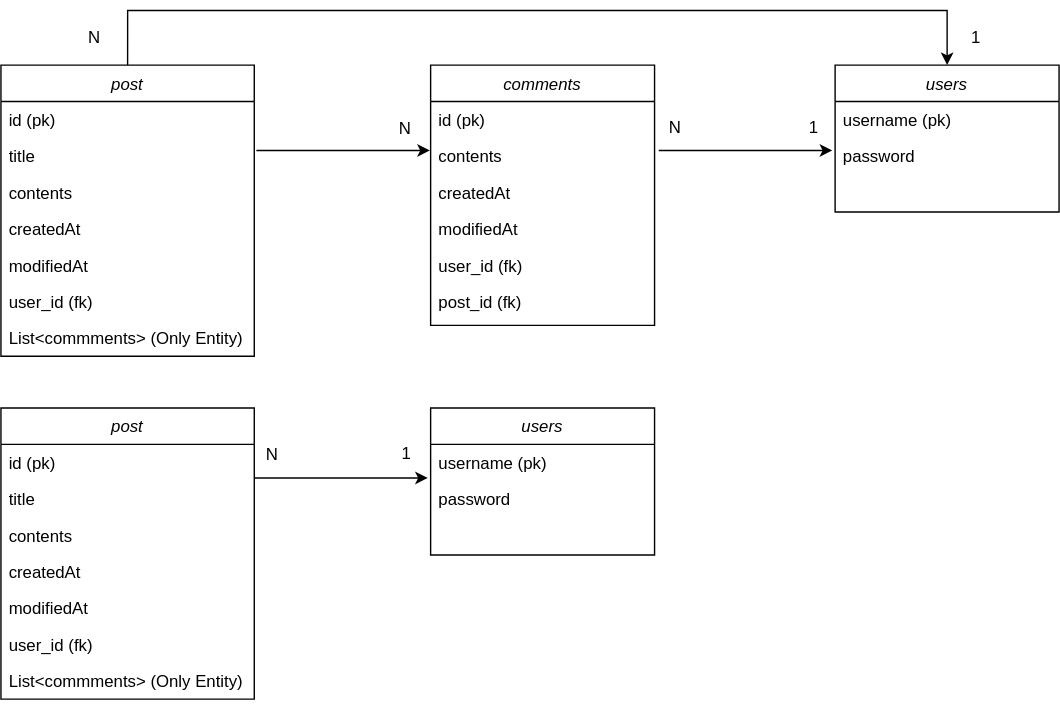
Before: Entity Relationship Diagram.drawio.svg, a diagram exported from draw.io (Chaeyounglim/myBlog). Source tidied: cells renumbered, new cells last; positions are measured from the earlier drawing's top-left corner, leaving out a move shared by most shapes. Its diagram source:
```xml
<mxGraphModel background="#ffffff">
  <root>
    <mxCell id="0" />
    <mxCell id="1" parent="0" />
    <mxCell id="2" style="edgeStyle=orthogonalEdgeStyle;rounded=0;jettySize=auto;html=1;startArrow=none;startFill=0;exitX=0.5;exitY=0;exitDx=0;exitDy=0;" parent="1" edge="1" source="14" target="11">
      <mxGeometry relative="1" as="geometry">
        <Array as="points">
          <mxPoint x="90" />
          <mxPoint x="676" />
        </Array>
      </mxGeometry>
    </mxCell>
    <mxCell id="3" value="1" style="text;html=1;strokeColor=none;fillColor=none;align=center;verticalAlign=middle;whiteSpace=wrap;rounded=0;" parent="1" vertex="1">
      <mxGeometry x="667" y="5" width="60" height="30" as="geometry" />
    </mxCell>
    <mxCell id="4" value="comments" style="swimlane;fontStyle=2;align=center;verticalAlign=top;horizontal=1;startSize=26;rounded=0;shadow=0;strokeWidth=1;" parent="1" vertex="1">
      <mxGeometry x="307" y="39" width="160" height="186" as="geometry" />
    </mxCell>
    <mxCell id="5" value="id (pk)" style="text;align=left;verticalAlign=top;spacingLeft=4;spacingRight=4;overflow=hidden;" parent="4" vertex="1">
      <mxGeometry y="26" width="160" height="26" as="geometry" />
    </mxCell>
    <mxCell id="6" value="contents" style="text;align=left;verticalAlign=top;spacingLeft=4;spacingRight=4;overflow=hidden;rounded=0;shadow=0;html=0;" parent="4" vertex="1">
      <mxGeometry y="52" width="160" height="26" as="geometry" />
    </mxCell>
    <mxCell id="7" value="createdAt" style="text;align=left;verticalAlign=top;spacingLeft=4;spacingRight=4;overflow=hidden;rounded=0;shadow=0;html=0;" parent="4" vertex="1">
      <mxGeometry y="78" width="160" height="26" as="geometry" />
    </mxCell>
    <mxCell id="8" value="modifiedAt " style="text;align=left;verticalAlign=top;spacingLeft=4;spacingRight=4;overflow=hidden;rounded=0;shadow=0;html=0;" parent="4" vertex="1">
      <mxGeometry y="104" width="160" height="26" as="geometry" />
    </mxCell>
    <mxCell id="9" value="user_id (fk)" style="text;align=left;verticalAlign=top;spacingLeft=4;spacingRight=4;overflow=hidden;rounded=0;shadow=0;html=0;" parent="4" vertex="1">
      <mxGeometry y="130" width="160" height="26" as="geometry" />
    </mxCell>
    <mxCell id="10" value="post_id (fk)" style="text;align=left;verticalAlign=top;spacingLeft=4;spacingRight=4;overflow=hidden;rounded=0;shadow=0;html=0;" parent="4" vertex="1">
      <mxGeometry y="156" width="160" height="26" as="geometry" />
    </mxCell>
    <mxCell id="11" value="users" style="swimlane;fontStyle=2;align=center;verticalAlign=top;horizontal=1;startSize=26;rounded=0;shadow=0;strokeWidth=1;" parent="1" vertex="1">
      <mxGeometry x="596" y="39" width="160" height="105" as="geometry" />
    </mxCell>
    <mxCell id="12" value="username (pk)" style="text;align=left;verticalAlign=top;spacingLeft=4;spacingRight=4;overflow=hidden;rounded=0;shadow=0;html=0;" parent="11" vertex="1">
      <mxGeometry y="26" width="160" height="26" as="geometry" />
    </mxCell>
    <mxCell id="13" value="password" style="text;align=left;verticalAlign=top;spacingLeft=4;spacingRight=4;overflow=hidden;rounded=0;shadow=0;html=0;" parent="11" vertex="1">
      <mxGeometry y="52" width="160" height="26" as="geometry" />
    </mxCell>
    <mxCell id="14" value="post" style="swimlane;fontStyle=2;align=center;verticalAlign=top;horizontal=1;startSize=26;rounded=0;shadow=0;strokeWidth=1;" parent="1" vertex="1">
      <mxGeometry y="39" width="181" height="208" as="geometry" />
    </mxCell>
    <mxCell id="15" value="id (pk)" style="text;align=left;verticalAlign=top;spacingLeft=4;spacingRight=4;overflow=hidden;" parent="14" vertex="1">
      <mxGeometry y="26" width="181" height="26" as="geometry" />
    </mxCell>
    <mxCell id="16" value="title" style="text;align=left;verticalAlign=top;spacingLeft=4;spacingRight=4;overflow=hidden;rounded=0;shadow=0;html=0;" parent="14" vertex="1">
      <mxGeometry y="52" width="181" height="26" as="geometry" />
    </mxCell>
    <mxCell id="17" value="contents" style="text;align=left;verticalAlign=top;spacingLeft=4;spacingRight=4;overflow=hidden;rounded=0;shadow=0;html=0;" parent="14" vertex="1">
      <mxGeometry y="78" width="181" height="26" as="geometry" />
    </mxCell>
    <mxCell id="18" value="createdAt" style="text;align=left;verticalAlign=top;spacingLeft=4;spacingRight=4;overflow=hidden;rounded=0;shadow=0;html=0;" parent="14" vertex="1">
      <mxGeometry y="104" width="181" height="26" as="geometry" />
    </mxCell>
    <mxCell id="19" value="modifiedAt " style="text;align=left;verticalAlign=top;spacingLeft=4;spacingRight=4;overflow=hidden;rounded=0;shadow=0;html=0;" parent="14" vertex="1">
      <mxGeometry y="130" width="181" height="26" as="geometry" />
    </mxCell>
    <mxCell id="20" value="user_id (fk)" style="text;align=left;verticalAlign=top;spacingLeft=4;spacingRight=4;overflow=hidden;rounded=0;shadow=0;html=0;" parent="14" vertex="1">
      <mxGeometry y="156" width="181" height="26" as="geometry" />
    </mxCell>
    <mxCell id="21" value="List&lt;commments&gt; (Only Entity)" style="text;align=left;verticalAlign=top;spacingLeft=4;spacingRight=4;overflow=hidden;rounded=0;shadow=0;html=0;" parent="14" vertex="1">
      <mxGeometry y="182" width="181" height="26" as="geometry" />
    </mxCell>
    <mxCell id="22" value="N" style="text;html=1;strokeColor=none;fillColor=none;align=center;verticalAlign=middle;whiteSpace=wrap;rounded=0;" parent="1" vertex="1">
      <mxGeometry x="37" y="5" width="60" height="30" as="geometry" />
    </mxCell>
    <mxCell id="23" value="1" style="text;html=1;strokeColor=none;fillColor=none;align=center;verticalAlign=middle;whiteSpace=wrap;rounded=0;" parent="1" vertex="1">
      <mxGeometry x="260" y="302" width="60" height="30" as="geometry" />
    </mxCell>
    <mxCell id="24" value="1" style="text;html=1;strokeColor=none;fillColor=none;align=center;verticalAlign=middle;whiteSpace=wrap;rounded=0;" parent="1" vertex="1">
      <mxGeometry x="551" y="69" width="60" height="30" as="geometry" />
    </mxCell>
    <mxCell id="25" value="N" style="text;html=1;strokeColor=none;fillColor=none;align=center;verticalAlign=middle;whiteSpace=wrap;rounded=0;" parent="1" vertex="1">
      <mxGeometry x="452" y="69" width="60" height="30" as="geometry" />
    </mxCell>
    <mxCell id="26" style="edgeStyle=orthogonalEdgeStyle;rounded=0;orthogonalLoop=1;jettySize=auto;html=1;startArrow=none;startFill=0;" parent="1" edge="1">
      <mxGeometry relative="1" as="geometry">
        <mxPoint x="182.5" y="100" as="sourcePoint" />
        <mxPoint x="306.5" y="100" as="targetPoint" />
      </mxGeometry>
    </mxCell>
    <mxCell id="27" style="edgeStyle=orthogonalEdgeStyle;rounded=0;orthogonalLoop=1;jettySize=auto;html=1;startArrow=none;startFill=0;" parent="1" edge="1">
      <mxGeometry relative="1" as="geometry">
        <mxPoint x="470" y="100" as="sourcePoint" />
        <mxPoint x="594" y="100" as="targetPoint" />
      </mxGeometry>
    </mxCell>
    <mxCell id="28" value="N" style="text;html=1;strokeColor=none;fillColor=none;align=center;verticalAlign=middle;whiteSpace=wrap;rounded=0;" parent="1" vertex="1">
      <mxGeometry x="259" y="70" width="60" height="30" as="geometry" />
    </mxCell>
    <mxCell id="29" value="post" style="swimlane;fontStyle=2;align=center;verticalAlign=top;horizontal=1;startSize=26;rounded=0;shadow=0;strokeWidth=1;" parent="1" vertex="1">
      <mxGeometry y="284" width="181" height="208" as="geometry" />
    </mxCell>
    <mxCell id="30" value="id (pk)" style="text;align=left;verticalAlign=top;spacingLeft=4;spacingRight=4;overflow=hidden;" parent="29" vertex="1">
      <mxGeometry y="26" width="181" height="26" as="geometry" />
    </mxCell>
    <mxCell id="31" value="title" style="text;align=left;verticalAlign=top;spacingLeft=4;spacingRight=4;overflow=hidden;rounded=0;shadow=0;html=0;" parent="29" vertex="1">
      <mxGeometry y="52" width="181" height="26" as="geometry" />
    </mxCell>
    <mxCell id="32" value="contents" style="text;align=left;verticalAlign=top;spacingLeft=4;spacingRight=4;overflow=hidden;rounded=0;shadow=0;html=0;" parent="29" vertex="1">
      <mxGeometry y="78" width="181" height="26" as="geometry" />
    </mxCell>
    <mxCell id="33" value="createdAt" style="text;align=left;verticalAlign=top;spacingLeft=4;spacingRight=4;overflow=hidden;rounded=0;shadow=0;html=0;" parent="29" vertex="1">
      <mxGeometry y="104" width="181" height="26" as="geometry" />
    </mxCell>
    <mxCell id="34" value="modifiedAt " style="text;align=left;verticalAlign=top;spacingLeft=4;spacingRight=4;overflow=hidden;rounded=0;shadow=0;html=0;" parent="29" vertex="1">
      <mxGeometry y="130" width="181" height="26" as="geometry" />
    </mxCell>
    <mxCell id="35" value="user_id (fk)" style="text;align=left;verticalAlign=top;spacingLeft=4;spacingRight=4;overflow=hidden;rounded=0;shadow=0;html=0;" parent="29" vertex="1">
      <mxGeometry y="156" width="181" height="26" as="geometry" />
    </mxCell>
    <mxCell id="36" value="List&lt;commments&gt; (Only Entity)" style="text;align=left;verticalAlign=top;spacingLeft=4;spacingRight=4;overflow=hidden;rounded=0;shadow=0;html=0;" parent="29" vertex="1">
      <mxGeometry y="182" width="181" height="26" as="geometry" />
    </mxCell>
    <mxCell id="37" value="users" style="swimlane;fontStyle=2;align=center;verticalAlign=top;horizontal=1;startSize=26;rounded=0;shadow=0;strokeWidth=1;" parent="1" vertex="1">
      <mxGeometry x="307" y="284" width="160" height="105" as="geometry" />
    </mxCell>
    <mxCell id="38" value="username (pk)" style="text;align=left;verticalAlign=top;spacingLeft=4;spacingRight=4;overflow=hidden;rounded=0;shadow=0;html=0;" parent="37" vertex="1">
      <mxGeometry y="26" width="160" height="26" as="geometry" />
    </mxCell>
    <mxCell id="39" value="password" style="text;align=left;verticalAlign=top;spacingLeft=4;spacingRight=4;overflow=hidden;rounded=0;shadow=0;html=0;" parent="37" vertex="1">
      <mxGeometry y="52" width="160" height="26" as="geometry" />
    </mxCell>
    <mxCell id="40" style="edgeStyle=orthogonalEdgeStyle;rounded=0;orthogonalLoop=1;jettySize=auto;html=1;startArrow=none;startFill=0;" parent="1" edge="1">
      <mxGeometry relative="1" as="geometry">
        <mxPoint x="181" y="334" as="sourcePoint" />
        <mxPoint x="305" y="334" as="targetPoint" />
      </mxGeometry>
    </mxCell>
    <mxCell id="41" value="N" style="text;html=1;strokeColor=none;fillColor=none;align=center;verticalAlign=middle;whiteSpace=wrap;rounded=0;" parent="1" vertex="1">
      <mxGeometry x="164" y="303" width="60" height="30" as="geometry" />
    </mxCell>
  </root>
</mxGraphModel>
```
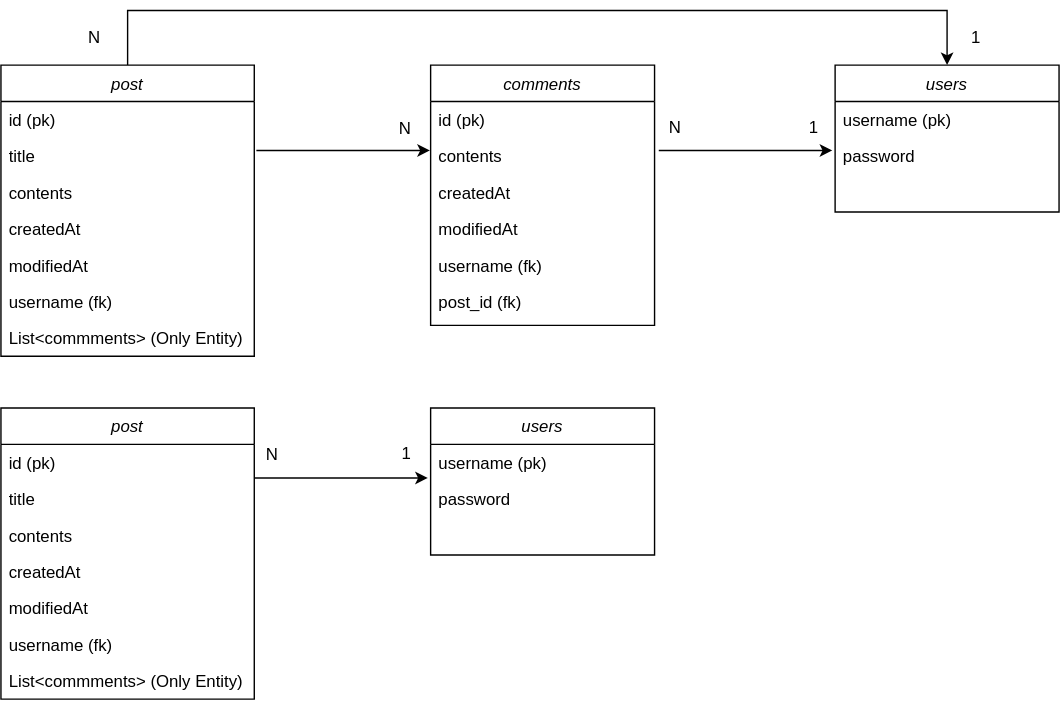
Later version of the same file.

The edit, as a diff of the source:
```diff
@@ -28,7 +28,7 @@
     <mxCell id="8" value="modifiedAt " style="text;align=left;verticalAlign=top;spacingLeft=4;spacingRight=4;overflow=hidden;rounded=0;shadow=0;html=0;" parent="4" vertex="1">
       <mxGeometry y="104" width="160" height="26" as="geometry" />
     </mxCell>
-    <mxCell id="9" value="user_id (fk)" style="text;align=left;verticalAlign=top;spacingLeft=4;spacingRight=4;overflow=hidden;rounded=0;shadow=0;html=0;" parent="4" vertex="1">
+    <mxCell id="9" value="username (fk)" style="text;align=left;verticalAlign=top;spacingLeft=4;spacingRight=4;overflow=hidden;rounded=0;shadow=0;html=0;" parent="4" vertex="1">
       <mxGeometry y="130" width="160" height="26" as="geometry" />
     </mxCell>
     <mxCell id="10" value="post_id (fk)" style="text;align=left;verticalAlign=top;spacingLeft=4;spacingRight=4;overflow=hidden;rounded=0;shadow=0;html=0;" parent="4" vertex="1">
@@ -61,7 +61,7 @@
     <mxCell id="19" value="modifiedAt " style="text;align=left;verticalAlign=top;spacingLeft=4;spacingRight=4;overflow=hidden;rounded=0;shadow=0;html=0;" parent="14" vertex="1">
       <mxGeometry y="130" width="181" height="26" as="geometry" />
     </mxCell>
-    <mxCell id="20" value="user_id (fk)" style="text;align=left;verticalAlign=top;spacingLeft=4;spacingRight=4;overflow=hidden;rounded=0;shadow=0;html=0;" parent="14" vertex="1">
+    <mxCell id="20" value="username (fk)" style="text;align=left;verticalAlign=top;spacingLeft=4;spacingRight=4;overflow=hidden;rounded=0;shadow=0;html=0;" parent="14" vertex="1">
       <mxGeometry y="156" width="181" height="26" as="geometry" />
     </mxCell>
     <mxCell id="21" value="List&lt;commments&gt; (Only Entity)" style="text;align=left;verticalAlign=top;spacingLeft=4;spacingRight=4;overflow=hidden;rounded=0;shadow=0;html=0;" parent="14" vertex="1">
@@ -112,7 +112,7 @@
     <mxCell id="34" value="modifiedAt " style="text;align=left;verticalAlign=top;spacingLeft=4;spacingRight=4;overflow=hidden;rounded=0;shadow=0;html=0;" parent="29" vertex="1">
       <mxGeometry y="130" width="181" height="26" as="geometry" />
     </mxCell>
-    <mxCell id="35" value="user_id (fk)" style="text;align=left;verticalAlign=top;spacingLeft=4;spacingRight=4;overflow=hidden;rounded=0;shadow=0;html=0;" parent="29" vertex="1">
+    <mxCell id="35" value="username (fk)" style="text;align=left;verticalAlign=top;spacingLeft=4;spacingRight=4;overflow=hidden;rounded=0;shadow=0;html=0;" parent="29" vertex="1">
       <mxGeometry y="156" width="181" height="26" as="geometry" />
     </mxCell>
     <mxCell id="36" value="List&lt;commments&gt; (Only Entity)" style="text;align=left;verticalAlign=top;spacingLeft=4;spacingRight=4;overflow=hidden;rounded=0;shadow=0;html=0;" parent="29" vertex="1">
```
